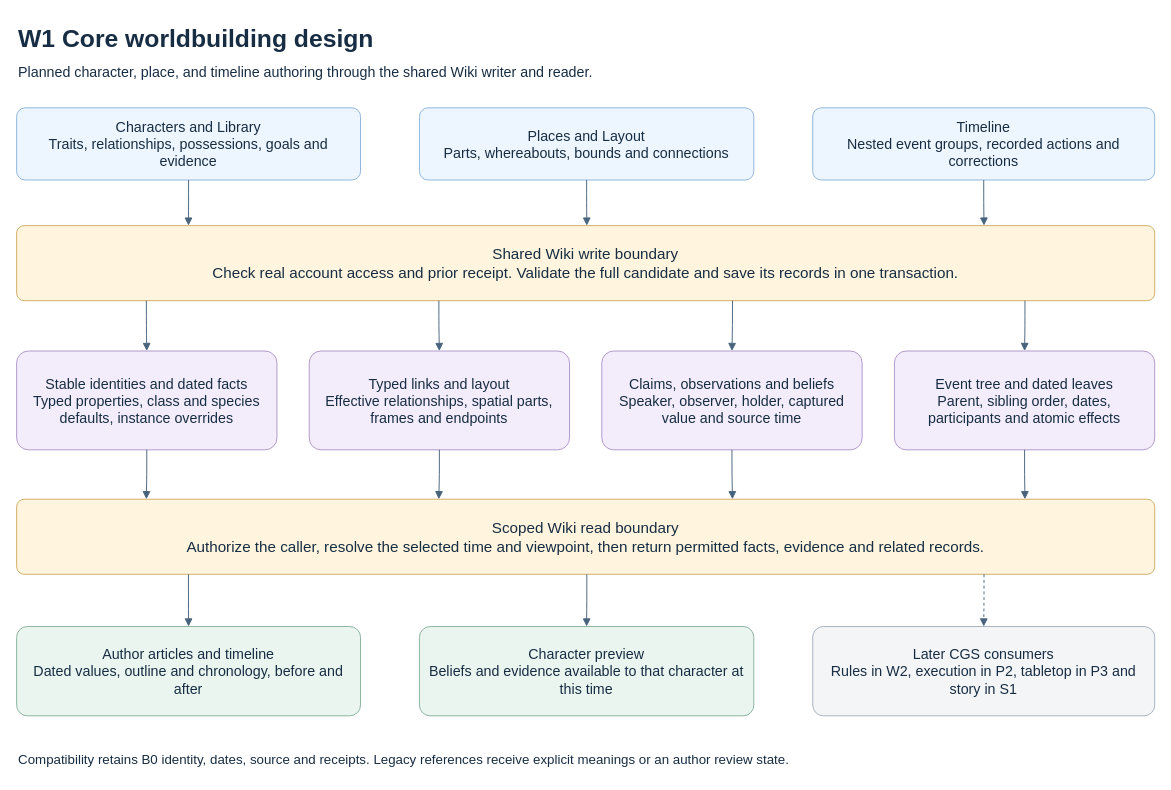
The draw.io diagram page "W1 Core worldbuilding design" (5 of 16) of docs/CGS_Codex_Local_Handoff/CGS_First_Playable_Architecture.drawio in DEVdaVinci/CGS-v1, before the edit. Source tidied: cells renumbered, new cells numbered last; positions are measured from the earlier drawing's top-left corner, leaving out a move shared by most shapes. Both pictures are drawn from the tidied source at 95%, with x=0, y=0 at pixel (16, 16).
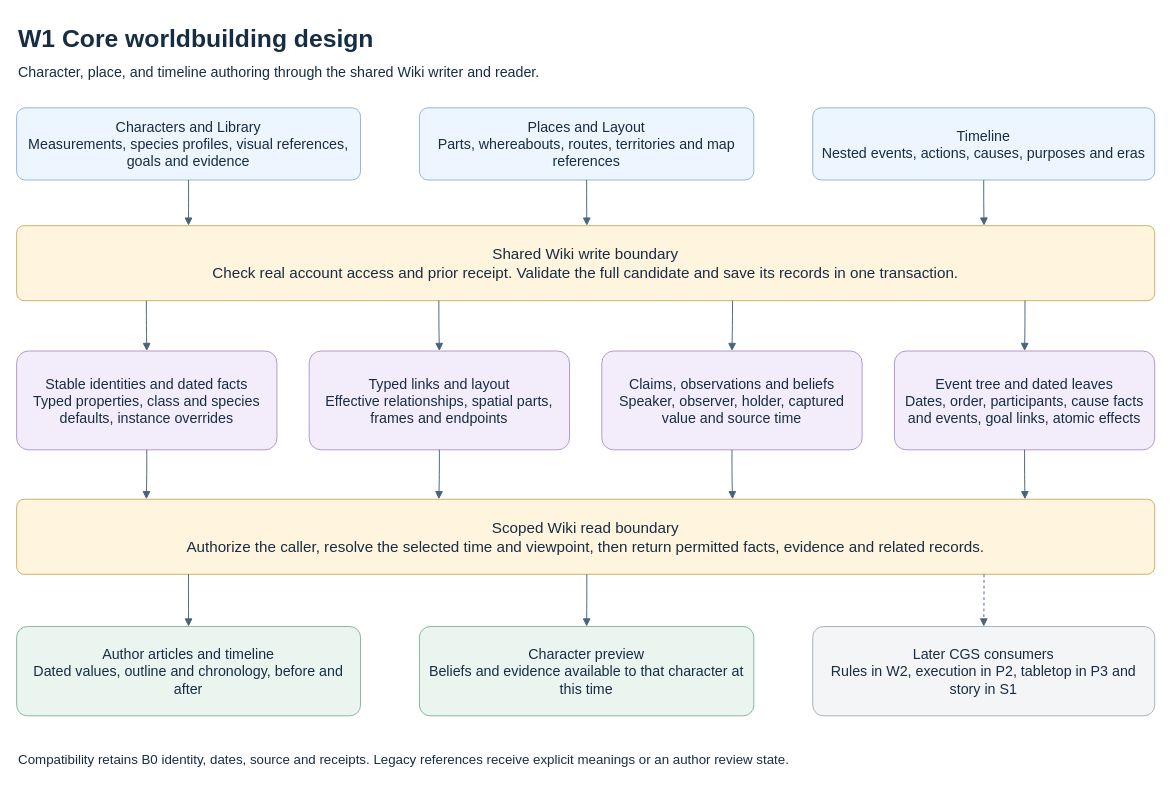
The same page after the edit.

What changed in the source:
```diff
@@
-    <mxCell id="3" value="Planned character, place, and timeline authoring through the shared Wiki writer and reader." style="text;align=left;verticalAlign=middle;fontSize=15;fontColor=#172D43;" parent="1" vertex="1">
+    <mxCell id="3" value="Character, place, and timeline authoring through the shared Wiki writer and reader." style="text;align=left;verticalAlign=middle;fontSize=15;fontColor=#172D43;" parent="1" vertex="1">
       <mxGeometry y="44" width="1198" height="27" as="geometry" />
     </mxCell>
-    <mxCell id="4" value="Characters and Library&#10;Traits, relationships, possessions, goals and evidence" style="rounded=1;arcSize=12;whiteSpace=wrap;spacing=10;fontSize=15;fillColor=#EDF5FE;strokeColor=#8EB4DC;fontColor=#172D43;" parent="1" vertex="1">
+    <mxCell id="4" value="Characters and Library&#10;Measurements, species profiles, visual references, goals and evidence" style="rounded=1;arcSize=12;whiteSpace=wrap;spacing=10;fontSize=15;fillColor=#EDF5FE;strokeColor=#8EB4DC;fontColor=#172D43;" parent="1" vertex="1">
       <mxGeometry y="96" width="362" height="76" as="geometry" />
     </mxCell>
-    <mxCell id="5" value="Places and Layout&#10;Parts, whereabouts, bounds and connections" style="rounded=1;arcSize=12;whiteSpace=wrap;spacing=10;fontSize=15;fillColor=#EDF5FE;strokeColor=#8EB4DC;fontColor=#172D43;" parent="1" vertex="1">
+    <mxCell id="5" value="Places and Layout&#10;Parts, whereabouts, routes, territories and map references" style="rounded=1;arcSize=12;whiteSpace=wrap;spacing=10;fontSize=15;fillColor=#EDF5FE;strokeColor=#8EB4DC;fontColor=#172D43;" parent="1" vertex="1">
       <mxGeometry x="424" y="96" width="352" height="76" as="geometry" />
     </mxCell>
-    <mxCell id="6" value="Timeline&#10;Nested event groups, recorded actions and corrections" style="rounded=1;arcSize=12;whiteSpace=wrap;spacing=10;fontSize=15;fillColor=#EDF5FE;strokeColor=#8EB4DC;fontColor=#172D43;" parent="1" vertex="1">
+    <mxCell id="6" value="Timeline&#10;Nested events, actions, causes, purposes and eras" style="rounded=1;arcSize=12;whiteSpace=wrap;spacing=10;fontSize=15;fillColor=#EDF5FE;strokeColor=#8EB4DC;fontColor=#172D43;" parent="1" vertex="1">
       <mxGeometry x="838" y="96" width="360" height="76" as="geometry" />
     </mxCell>
@@
-    <mxCell id="11" value="Event tree and dated leaves&#10;Parent, sibling order, dates, participants and atomic effects" style="rounded=1;arcSize=12;whiteSpace=wrap;spacing=8;fontSize=15;fillColor=#F3EDFB;strokeColor=#AE96C9;fontColor=#172D43;" parent="1" vertex="1">
+    <mxCell id="11" value="Event tree and dated leaves&#10;Dates, order, participants, cause facts and events, goal links, atomic effects" style="rounded=1;arcSize=12;whiteSpace=wrap;spacing=8;fontSize=15;fillColor=#F3EDFB;strokeColor=#AE96C9;fontColor=#172D43;" parent="1" vertex="1">
       <mxGeometry x="924" y="352" width="274" height="104" as="geometry" />
     </mxCell>
```
